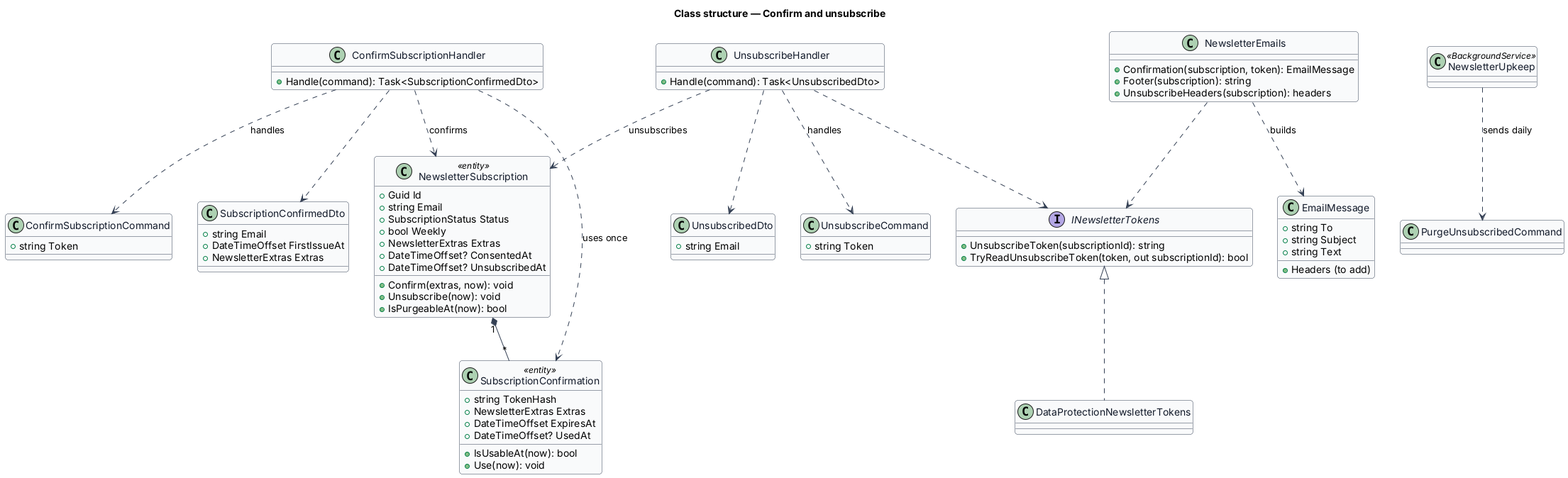
This is docs/detailed-designs/news/confirm-and-unsubscribe/diagrams/class.png from QuinntyneBrown/christian-fitness, a PlantUML export, as it was before one commit. Its source is kept beside it as docs/detailed-designs/news/confirm-and-unsubscribe/diagrams/class.puml.
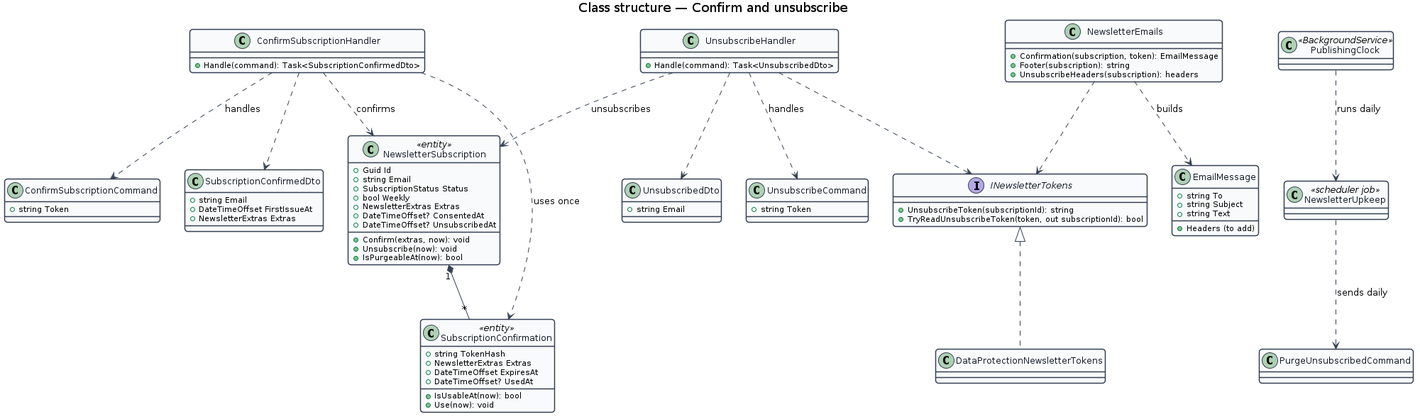
The same file after the commit.

The edit, as a diff of the source:
```diff
@@ -68,7 +68,8 @@
   +Headers (to add)
 }
 class PurgeUnsubscribedCommand
-class NewsletterUpkeep <<BackgroundService>>
+class PublishingClock <<BackgroundService>>
+class NewsletterUpkeep <<scheduler job>>
 NewsletterSubscription "1" *-- "*" SubscriptionConfirmation
 ConfirmSubscriptionHandler ..> ConfirmSubscriptionCommand : handles
 ConfirmSubscriptionHandler ..> SubscriptionConfirmation : uses once
@@ -81,5 +82,6 @@
 INewsletterTokens <|.. DataProtectionNewsletterTokens
 NewsletterEmails ..> INewsletterTokens
 NewsletterEmails ..> EmailMessage : builds
+PublishingClock ..> NewsletterUpkeep : runs daily
 NewsletterUpkeep ..> PurgeUnsubscribedCommand : sends daily
 @enduml
```
